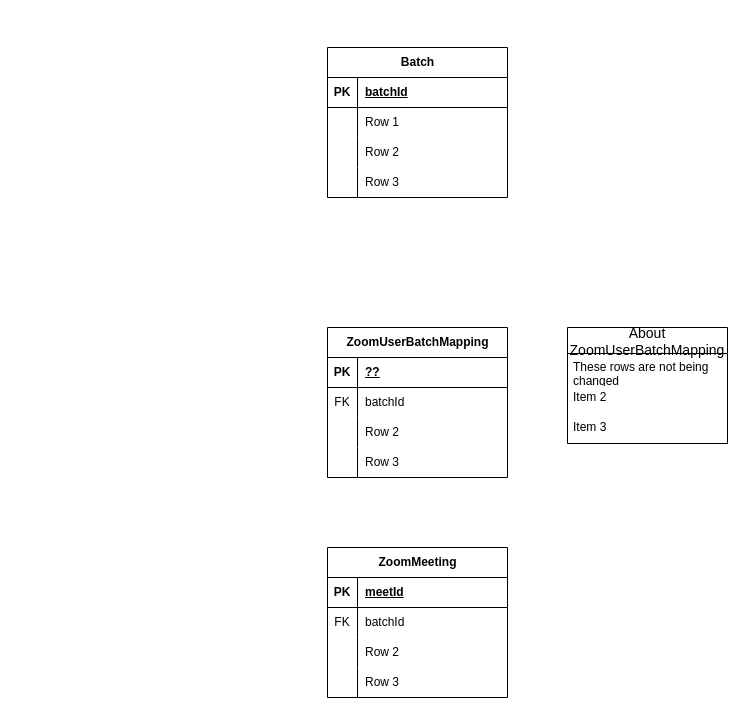
Above: iECHOBatchIDMismatch.drawio in wardance-ferret/drawio (draw.io), before the change. Source tidied: cells renumbered, new cells numbered last; positions are measured from the earlier drawing's top-left corner, leaving out a move shared by most shapes. Both pictures are drawn from the tidied source at 100%, with x=0, y=0 at pixel (327, 47).
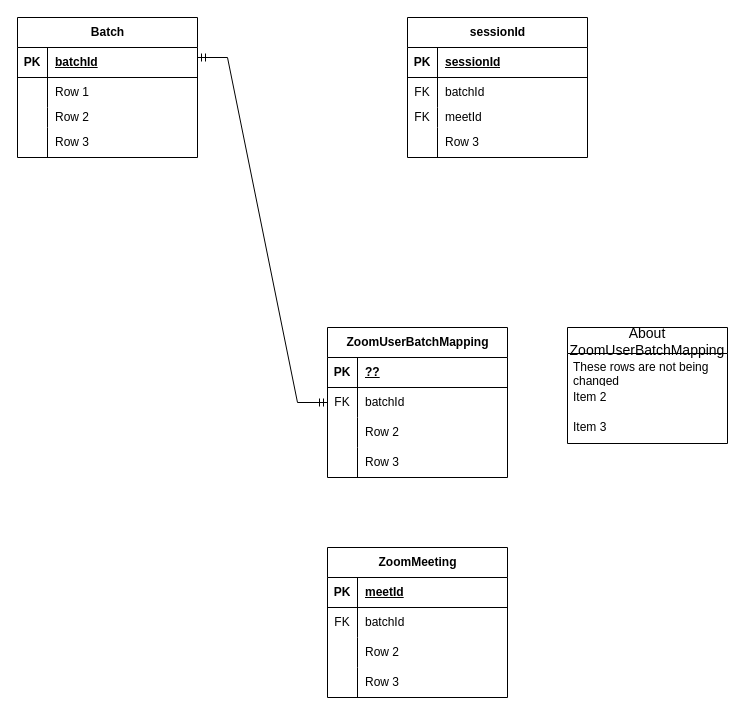
The same page after the edit.

Unchanged cells that the change refers to:
```xml
<mxCell id="19" style="shape=tableRow;horizontal=0;startSize=0;swimlaneHead=0;swimlaneBody=0;fillColor=none;points=[[0,0.5],[1,0.5]];portConstraint=eastwest;top=0;left=0;right=0;bottom=0;" parent="15" vertex="1">
  <mxGeometry y="60" width="180" height="30" as="geometry" />
</mxCell>
```

What changed in the source:
```diff
@@
     <mxCell id="2" value="Batch" style="shape=table;startSize=30;childLayout=tableLayout;rowLines=0;fontStyle=1;align=center;html=1;" parent="1" vertex="1">
-      <mxGeometry width="180" height="150" as="geometry" />
+      <mxGeometry x="-310" y="-30" width="180" height="140" as="geometry" />
     </mxCell>
@@
     <mxCell id="9" style="shape=tableRow;horizontal=0;startSize=0;swimlaneHead=0;swimlaneBody=0;fillColor=none;top=0;left=0;right=0;bottom=0;" parent="2" vertex="1">
-      <mxGeometry y="90" width="180" height="30" as="geometry" />
+      <mxGeometry y="90" width="180" height="20" as="geometry" />
     </mxCell>
     <mxCell id="10" style="shape=partialRectangle;fillColor=none;top=0;left=0;bottom=0;right=0;overflow=hidden;whiteSpace=wrap;html=1;" parent="9" vertex="1">
-      <mxGeometry width="30" height="30" as="geometry" />
+      <mxGeometry width="30" height="20" as="geometry" />
     </mxCell>
     <mxCell id="11" value="Row 2" style="shape=partialRectangle;fillColor=none;top=0;left=0;bottom=0;right=0;align=left;spacingLeft=6;overflow=hidden;whiteSpace=wrap;html=1;" parent="9" vertex="1">
-      <mxGeometry x="30" width="150" height="30" as="geometry" />
+      <mxGeometry x="30" width="150" height="20" as="geometry" />
     </mxCell>
     <mxCell id="12" style="shape=tableRow;horizontal=0;startSize=0;swimlaneHead=0;swimlaneBody=0;fillColor=none;top=0;left=0;right=0;bottom=0;" parent="2" vertex="1">
-      <mxGeometry y="120" width="180" height="30" as="geometry" />
+      <mxGeometry y="110" width="180" height="30" as="geometry" />
     </mxCell>
@@
+    <mxCell id="45" style="edgeStyle=entityRelationEdgeStyle;fontSize=12;html=1;endArrow=ERmandOne;startArrow=ERmandOne;rounded=0;entryX=0;entryY=0.5;entryDx=0;entryDy=0;" parent="1" edge="1" target="19">
+      <mxGeometry relative="1" as="geometry">
+        <mxPoint x="-130" y="10" as="sourcePoint" />
+        <Array as="points">
+          <mxPoint x="-700" y="155" />
+          <mxPoint x="-260" y="215" />
+          <mxPoint x="-330" y="125" />
+        </Array>
+      </mxGeometry>
+    </mxCell>
+    <mxCell id="46" value="sessionId" style="shape=table;startSize=30;childLayout=tableLayout;rowLines=0;fontStyle=1;align=center;html=1;" parent="1" vertex="1">
+      <mxGeometry x="80" y="-30" width="180" height="140" as="geometry" />
+    </mxCell>
+    <mxCell id="47" style="shape=tableRow;horizontal=0;startSize=0;swimlaneHead=0;swimlaneBody=0;fillColor=none;top=0;left=0;right=0;bottom=1;" parent="46" vertex="1">
+      <mxGeometry y="30" width="180" height="30" as="geometry" />
+    </mxCell>
+    <mxCell id="48" value="PK" style="shape=partialRectangle;fillColor=none;top=0;left=0;bottom=0;right=0;fontStyle=1;overflow=hidden;whiteSpace=wrap;html=1;" parent="47" vertex="1">
+      <mxGeometry width="30" height="30" as="geometry" />
+    </mxCell>
+    <mxCell id="49" value="sessionId" style="shape=partialRectangle;fillColor=none;top=0;left=0;bottom=0;right=0;align=left;spacingLeft=6;fontStyle=5;overflow=hidden;whiteSpace=wrap;html=1;" parent="47" vertex="1">
+      <mxGeometry x="30" width="150" height="30" as="geometry" />
+    </mxCell>
+    <mxCell id="50" style="shape=tableRow;horizontal=0;startSize=0;swimlaneHead=0;swimlaneBody=0;fillColor=none;top=0;left=0;right=0;bottom=0;" parent="46" vertex="1">
+      <mxGeometry y="60" width="180" height="30" as="geometry" />
+    </mxCell>
+    <mxCell id="51" value="FK" style="shape=partialRectangle;fillColor=none;top=0;left=0;bottom=0;right=0;overflow=hidden;whiteSpace=wrap;html=1;" parent="50" vertex="1">
+      <mxGeometry width="30" height="30" as="geometry" />
+    </mxCell>
+    <mxCell id="52" value="batchId" style="shape=partialRectangle;fillColor=none;top=0;left=0;bottom=0;right=0;align=left;spacingLeft=6;overflow=hidden;whiteSpace=wrap;html=1;" parent="50" vertex="1">
+      <mxGeometry x="30" width="150" height="30" as="geometry" />
+    </mxCell>
+    <mxCell id="53" style="shape=tableRow;horizontal=0;startSize=0;swimlaneHead=0;swimlaneBody=0;fillColor=none;top=0;left=0;right=0;bottom=0;" parent="46" vertex="1">
+      <mxGeometry y="90" width="180" height="20" as="geometry" />
+    </mxCell>
+    <mxCell id="54" value="FK" style="shape=partialRectangle;fillColor=none;top=0;left=0;bottom=0;right=0;overflow=hidden;whiteSpace=wrap;html=1;" parent="53" vertex="1">
+      <mxGeometry width="30" height="20" as="geometry" />
+    </mxCell>
+    <mxCell id="55" value="meetId" style="shape=partialRectangle;fillColor=none;top=0;left=0;bottom=0;right=0;align=left;spacingLeft=6;overflow=hidden;whiteSpace=wrap;html=1;" parent="53" vertex="1">
+      <mxGeometry x="30" width="150" height="20" as="geometry" />
+    </mxCell>
+    <mxCell id="56" style="shape=tableRow;horizontal=0;startSize=0;swimlaneHead=0;swimlaneBody=0;fillColor=none;top=0;left=0;right=0;bottom=0;" parent="46" vertex="1">
+      <mxGeometry y="110" width="180" height="30" as="geometry" />
+    </mxCell>
+    <mxCell id="57" style="shape=partialRectangle;fillColor=none;top=0;left=0;bottom=0;right=0;overflow=hidden;whiteSpace=wrap;html=1;" parent="56" vertex="1">
+      <mxGeometry width="30" height="30" as="geometry" />
+    </mxCell>
+    <mxCell id="58" value="Row 3" style="shape=partialRectangle;fillColor=none;top=0;left=0;bottom=0;right=0;align=left;spacingLeft=6;overflow=hidden;whiteSpace=wrap;html=1;" parent="56" vertex="1">
+      <mxGeometry x="30" width="150" height="30" as="geometry" />
+    </mxCell>
```
